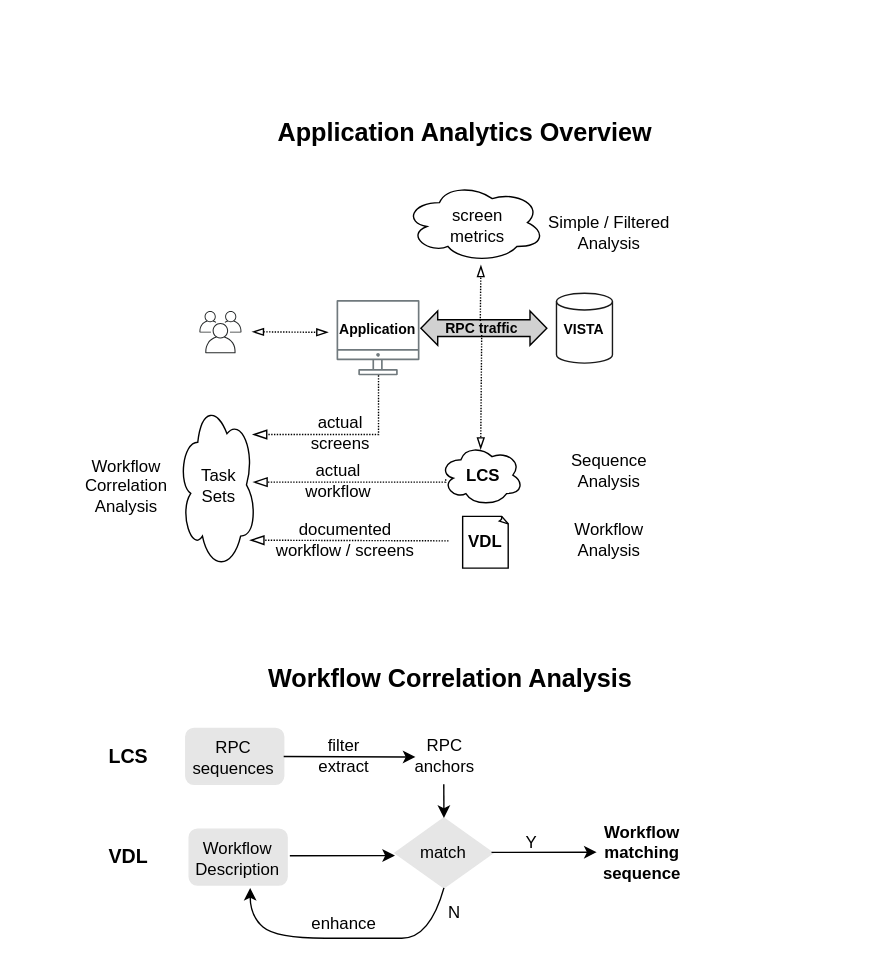
This is vaa-analyses.svg from cloudvista/vaa, a draw.io export, as it was before one commit. Source tidied: cells renumbered, new cells last; positions are measured from the earlier drawing's top-left corner, leaving out a move shared by most shapes.
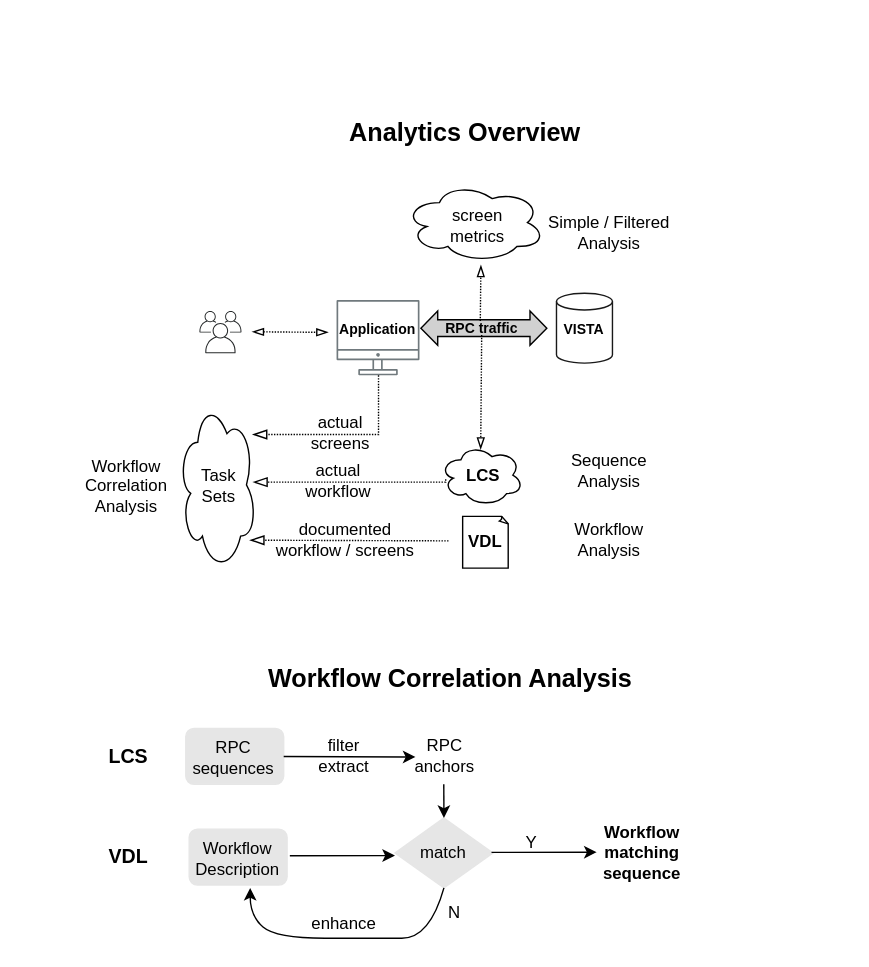
Later version of the same file.

What changed in the source:
```diff
@@ -190,7 +190,7 @@
     <mxCell id="50" value="actual &lt;br&gt;workflow" style="text;strokeColor=none;align=center;fillColor=none;html=1;verticalAlign=middle;whiteSpace=wrap;rounded=0;" parent="1" vertex="1">
       <mxGeometry x="221" y="332" width="40.9" height="21" as="geometry" />
     </mxCell>
-    <mxCell id="51" value="&lt;b&gt;&lt;font style=&quot;font-size: 18px;&quot;&gt;Application Analytics Overview&lt;/font&gt;&lt;/b&gt;" style="text;strokeColor=none;align=center;fillColor=none;html=1;verticalAlign=middle;whiteSpace=wrap;rounded=0;" parent="1" vertex="1">
+    <mxCell id="51" value="&lt;b&gt;&lt;font style=&quot;font-size: 18px;&quot;&gt;Analytics Overview&lt;/font&gt;&lt;/b&gt;" style="text;strokeColor=none;align=center;fillColor=none;html=1;verticalAlign=middle;whiteSpace=wrap;rounded=0;" parent="1" vertex="1">
       <mxGeometry x="182.6" y="80" width="297.8" height="29.1" as="geometry" />
     </mxCell>
     <mxCell id="52" value="Task&lt;br&gt;Sets" style="text;strokeColor=none;align=center;fillColor=none;html=1;verticalAlign=middle;whiteSpace=wrap;rounded=0;" parent="1" vertex="1">
```
